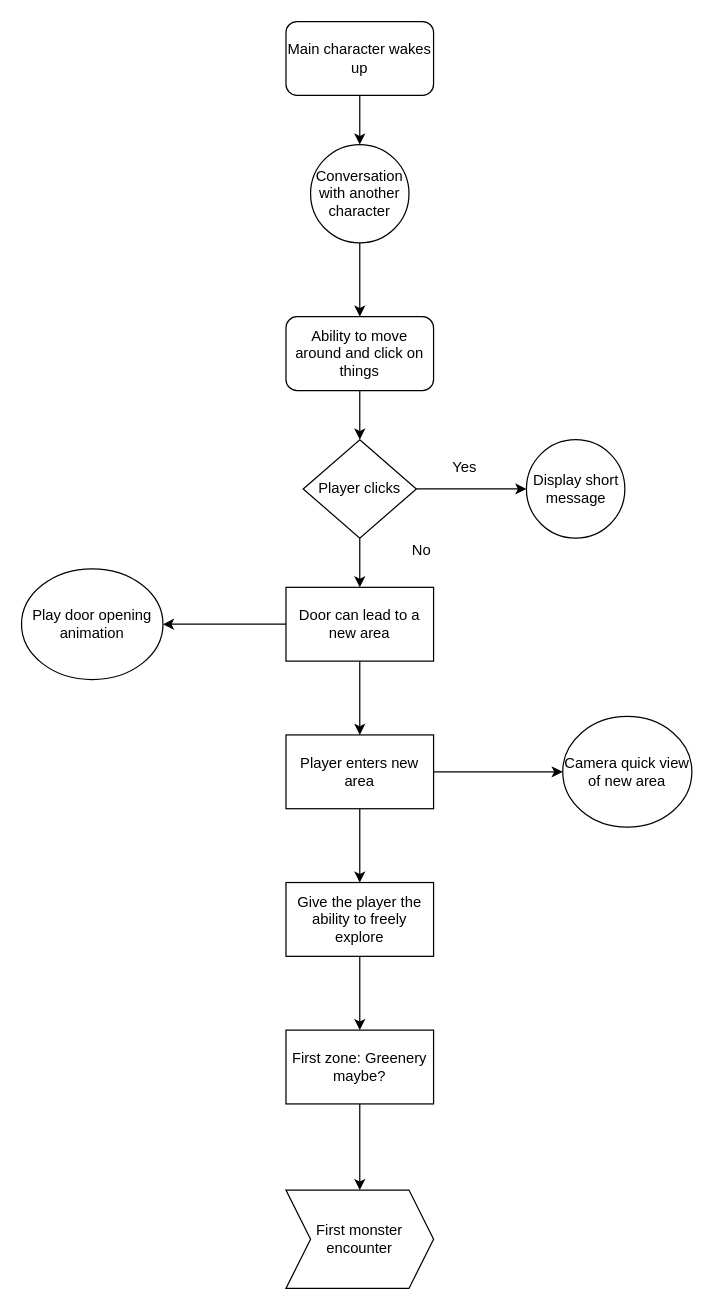
Earlier version of the draw.io diagram FirstVideoGameProject.drawio (Matasem-h/new_flowcharts). Source tidied: cells renumbered, new cells numbered last; positions are measured from the earlier drawing's top-left corner, leaving out a move shared by most shapes. Both pictures are drawn from the tidied source at 123%, with x=0, y=0 at pixel (21, 21).
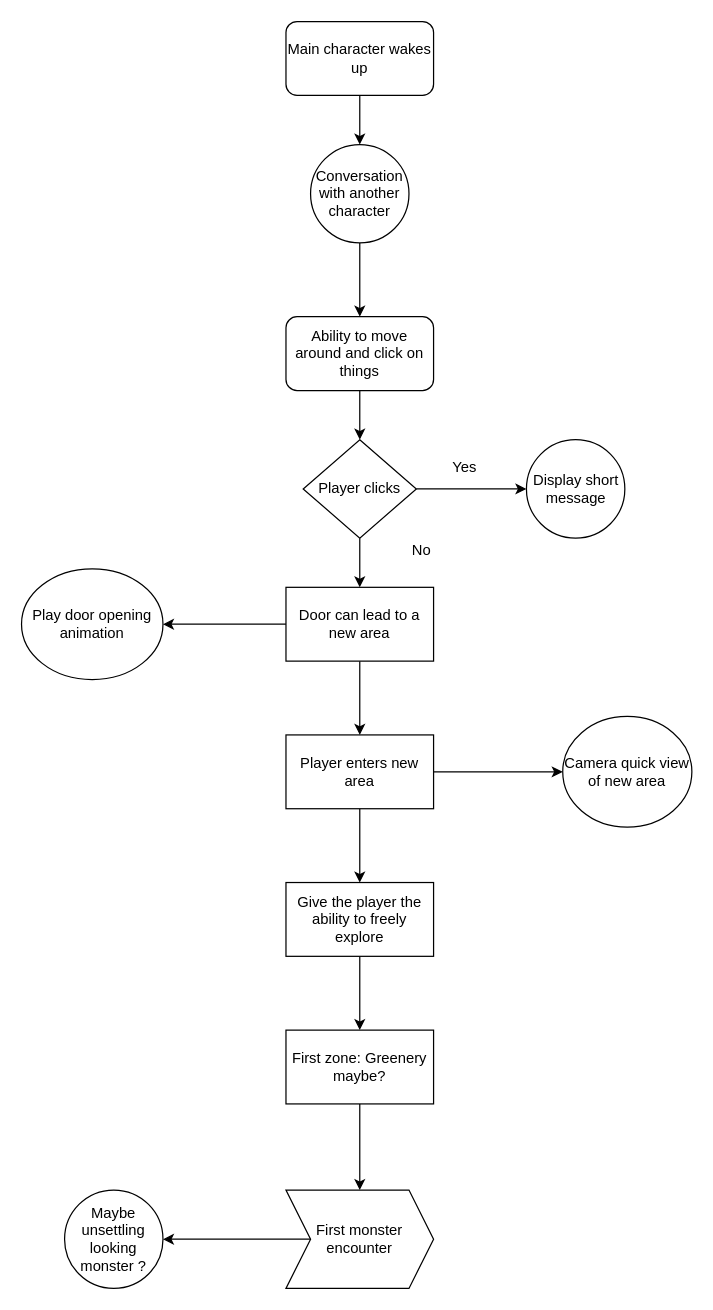
The same diagram, later.

Unchanged cells that the change refers to:
```xml
<mxCell id="26" value="First monster encounter" style="shape=step;perimeter=stepPerimeter;whiteSpace=wrap;html=1;fixedSize=1;" parent="1" vertex="1">
  <mxGeometry x="215" y="950" width="120" height="80" as="geometry" />
</mxCell>
```

The edit, as a diff of the source:
```diff
@@
+    <mxCell id="27" style="edgeStyle=orthogonalEdgeStyle;rounded=0;jettySize=auto;html=1;" parent="1" edge="1" source="26" target="28">
+      <mxGeometry relative="1" as="geometry" />
+    </mxCell>
@@
+    <mxCell id="28" value="Maybe unsettling looking monster ?" style="ellipse;whiteSpace=wrap;html=1;" parent="1" vertex="1">
+      <mxGeometry x="35" y="950" width="80" height="80" as="geometry" />
+    </mxCell>
```
